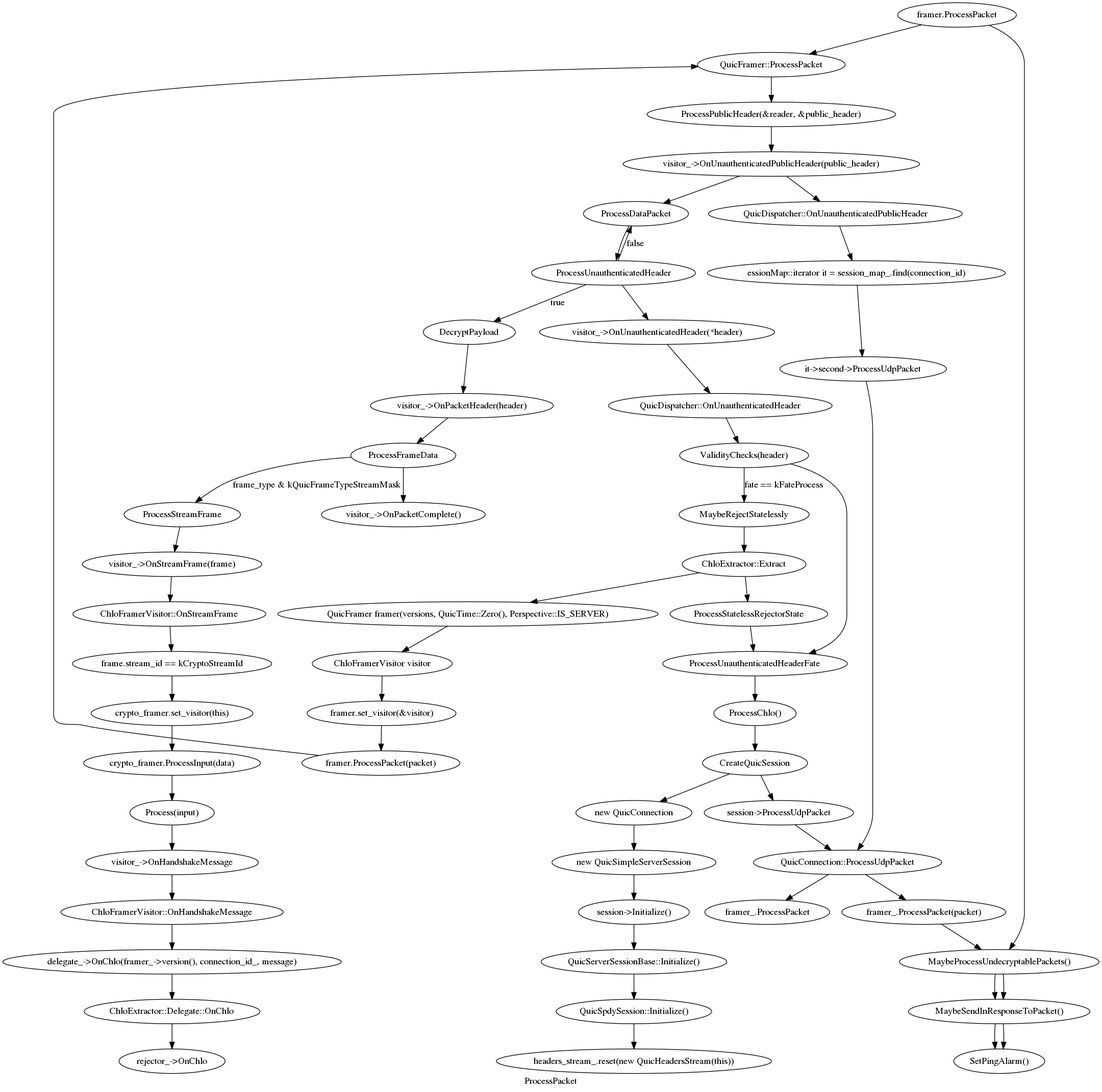
The Graphviz diagram reject.png in luocn99/quic_test, before a commit. Its source is kept beside it as reject.dot. Source of this version:
```dot
digraph handshake {
	label="ProcessPacket";
	"QuicFramer::ProcessPacket"->"ProcessPublicHeader(&reader, &public_header)";
	"ProcessPublicHeader(&reader, &public_header)"->"visitor_->OnUnauthenticatedPublicHeader(public_header)";
	"visitor_->OnUnauthenticatedPublicHeader(public_header)" -> "QuicDispatcher::OnUnauthenticatedPublicHeader";
	"visitor_->OnUnauthenticatedPublicHeader(public_header)"->"ProcessDataPacket";
/*QuicFramer::ProcessDataPacket
ProcessUnauthenticatedHeader
visitor_->OnUnauthenticatedHeader
QuicDispatcher::OnUnauthenticatedHeader
MaybeRejectStatelessly(connection_id, header)
ChloExtractor::Extract
ProcessStatelessRejectorState
*/
subgraph ProcessDataPacket {
	label = "ProcessDataPacket";
	"ProcessDataPacket"->"ProcessUnauthenticatedHeader";
	"ProcessUnauthenticatedHeader" ->"DecryptPayload"[label="true"];
	"ProcessUnauthenticatedHeader" ->"ProcessDataPacket"[label="false"];
	"DecryptPayload"->"visitor_->OnPacketHeader(header)";
	"visitor_->OnPacketHeader(header)"->"ProcessFrameData";
	"ProcessFrameData"->"visitor_->OnPacketComplete()";
}
subgraph ProcessFrameData {
	label="ProcessFrameData";
	"ProcessFrameData"->"ProcessStreamFrame"[label="frame_type & kQuicFrameTypeStreamMask"];
	"ProcessStreamFrame"->"visitor_->OnStreamFrame(frame)";
	"visitor_->OnStreamFrame(frame)"->"ChloFramerVisitor::OnStreamFrame";
}
subgraph ChloFramerVisitorOnStreamFrame {
	label="ChloFramerVisitor::OnStreamFrame";
	"ChloFramerVisitor::OnStreamFrame"->"frame.stream_id == kCryptoStreamId";
	"frame.stream_id == kCryptoStreamId"->"crypto_framer.set_visitor(this)"
	"crypto_framer.set_visitor(this)"->"crypto_framer.ProcessInput(data)";
}

subgraph crypto_framerProcessInput{
	label="crypto_framer.ProcessInput(data)";
	"crypto_framer.ProcessInput(data)"->"Process(input)";
	"Process(input)"->"visitor_->OnHandshakeMessage";
	"visitor_->OnHandshakeMessage"->"ChloFramerVisitor::OnHandshakeMessage";
}
subgraph ChloFramerVisitorOnHandshakeMessage {
	label = "ChloFramerVisitor::OnHandshakeMessage";
	"ChloFramerVisitor::OnHandshakeMessage"->"delegate_->OnChlo(framer_->version(), connection_id_, message)";
	"delegate_->OnChlo(framer_->version(), connection_id_, message)"->"ChloExtractor::Delegate::OnChlo";
}
subgraph ChloExtractorDelegateOnChlo {
	label = "ChloExtractor::Delegate::OnChlo";
	"ChloExtractor::Delegate::OnChlo"->"rejector_->OnChlo";
}
subgraph OnUnauthenticatedPublicHeader {
	label="OnUnauthenticatedPublicHeader";
	"QuicDispatcher::OnUnauthenticatedPublicHeader"->"essionMap::iterator it = session_map_.find(connection_id)";
	"essionMap::iterator it = session_map_.find(connection_id)"->"it->second->ProcessUdpPacket";
	"it->second->ProcessUdpPacket"->"QuicConnection::ProcessUdpPacket";
	"QuicConnection::ProcessUdpPacket"->"framer_.ProcessPacket(packet)";
	"framer_.ProcessPacket(packet)"->"MaybeProcessUndecryptablePackets()";
	"MaybeProcessUndecryptablePackets()"->"MaybeSendInResponseToPacket()";
	"MaybeSendInResponseToPacket()"->"SetPingAlarm()";
}

subgraph ProcessUnauthenticatedHeader {
	label="ProcessUnauthenticatedHeader";
	"ProcessUnauthenticatedHeader"->"visitor_->OnUnauthenticatedHeader(*header)";
	"visitor_->OnUnauthenticatedHeader(*header)"->"QuicDispatcher::OnUnauthenticatedHeader";
}
subgraph DispatcherOnUnauthenticatedHeader{
	label="QuicDispatcher::OnUnauthenticatedHeader";
	"QuicDispatcher::OnUnauthenticatedHeader"->"ValidityChecks(header)";
	"ValidityChecks(header)"->"MaybeRejectStatelessly"[label="fate == kFateProcess"];
	"ValidityChecks(header)"->"ProcessUnauthenticatedHeaderFate";
}
subgraph MaybeRejectStatelessly {
	label="MaybeRejectStatelessly";
	"MaybeRejectStatelessly"->"ChloExtractor::Extract";
	"ChloExtractor::Extract"->"ProcessStatelessRejectorState";
}

subgraph ProcessStatelessRejectorState {
	label = "ProcessStatelessRejectorState";
	"ProcessStatelessRejectorState"->"ProcessUnauthenticatedHeaderFate";

}

subgraph ProcessUnauthenticatedHeaderFate {
	label = "ProcessUnauthenticatedHeaderFate";
	"ProcessUnauthenticatedHeaderFate"->"ProcessChlo()";
}

subgraph ProcessChlo {
	label = "ProcessChlo";
	"ProcessChlo()"->"CreateQuicSession";
	"CreateQuicSession"->"session->ProcessUdpPacket";
}
subgraph sessionProcessUdpPacket {
	label = "session->ProcessUdpPacket";
	"session->ProcessUdpPacket"->"QuicConnection::ProcessUdpPacket";
	"QuicConnection::ProcessUdpPacket"->"framer_.ProcessPacket";
	"framer.ProcessPacket"->"QuicFramer::ProcessPacket";
	"framer.ProcessPacket"->"MaybeProcessUndecryptablePackets()";
	"MaybeProcessUndecryptablePackets()"->"MaybeSendInResponseToPacket()";
	"MaybeSendInResponseToPacket()"->"SetPingAlarm()";
}
subgraph CreateQuicSession {
	label = "CreateQuicSession";
	"CreateQuicSession"->"new QuicConnection";
	"new QuicConnection"->"new QuicSimpleServerSession";
	"new QuicSimpleServerSession"->"session->Initialize()";
	"session->Initialize()"->"QuicServerSessionBase::Initialize()";
}

subgraph sessionInitialize {
	label = "session->Initialize()";
	"QuicServerSessionBase::Initialize()"->"QuicSpdySession::Initialize()";
}

subgraph "QuicSpdySessionInitialize" {
	label = "QuicSpdySession::Initialize";
	"QuicSpdySession::Initialize()"->"headers_stream_.reset(new QuicHeadersStream(this))";
}


subgraph ChloExtractorExtract {
	"ChloExtractor::Extract"->"QuicFramer framer(versions, QuicTime::Zero(), Perspective::IS_SERVER)";
	"QuicFramer framer(versions, QuicTime::Zero(), Perspective::IS_SERVER)"->"ChloFramerVisitor visitor";
	"ChloFramerVisitor visitor"->"framer.set_visitor(&visitor)";
	"framer.set_visitor(&visitor)"->"framer.ProcessPacket(packet)";
	"framer.ProcessPacket(packet)"->"QuicFramer::ProcessPacket";
}
}
```
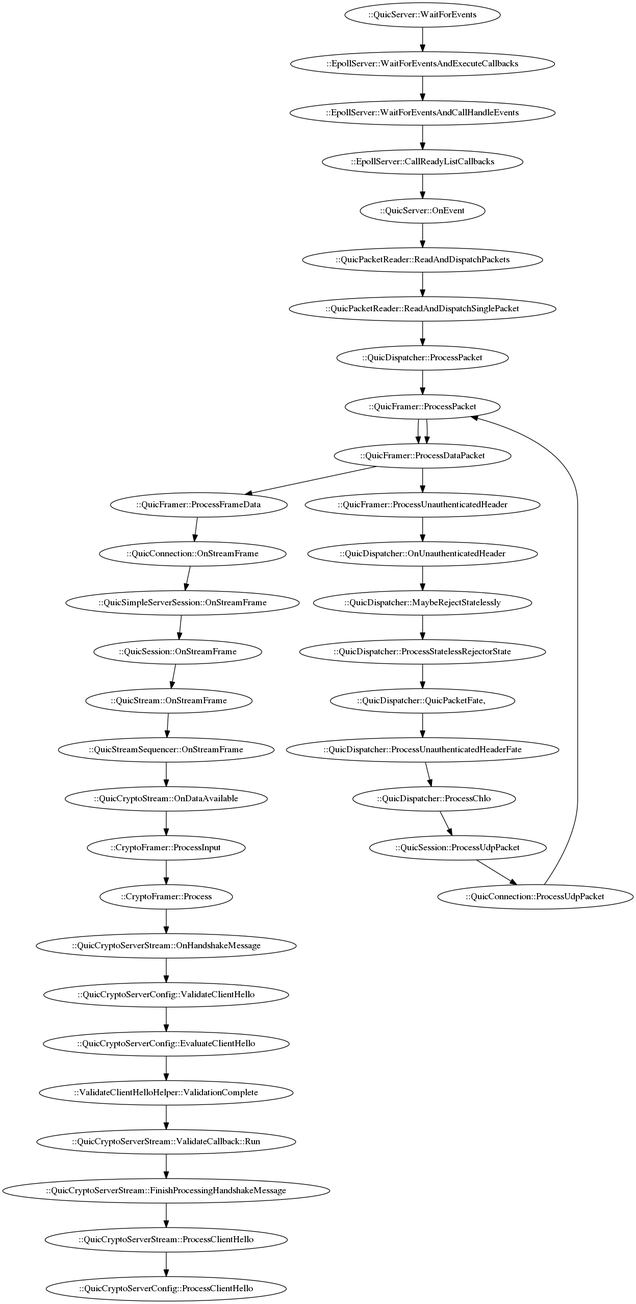
Above is the later version.

What changed in the source:
```diff
@@ -1,25 +1,21 @@
 digraph handshake {
 	label="ProcessPacket";
-	"QuicFramer::ProcessPacket"->"ProcessPublicHeader(&reader, &public_header)";
-	"ProcessPublicHeader(&reader, &public_header)"->"visitor_->OnUnauthenticatedPublicHeader(public_header)";
-	"visitor_->OnUnauthenticatedPublicHeader(public_header)" -> "QuicDispatcher::OnUnauthenticatedPublicHeader";
-	"visitor_->OnUnauthenticatedPublicHeader(public_header)"->"ProcessDataPacket";
-/*QuicFramer::ProcessDataPacket
-ProcessUnauthenticatedHeader
-visitor_->OnUnauthenticatedHeader
-QuicDispatcher::OnUnauthenticatedHeader
-MaybeRejectStatelessly(connection_id, header)
-ChloExtractor::Extract
-ProcessStatelessRejectorState
-*/
+	"QuicFramer::ProcessPacket"->"visitor_->OnPacket()";
+	"visitor_->OnPacket()"->"ProcessPublicHeader";
+	"ProcessPublicHeader"->"visitor_->OnUnauthenticatedPublicHeader";
+	"visitor_->OnUnauthenticatedPublicHeader" -> "QuicDispatcher::OnUnauthenticatedPublicHeader"[label="visitor_=QuicDispatcher", style=dashed];
+	"visitor_->OnUnauthenticatedPublicHeader"->"ProcessDataPacket";
+	"ProcessDataPacket"->"QuicFramer::ProcessPacket"[label=rv];
 subgraph ProcessDataPacket {
 	label = "ProcessDataPacket";
-	"ProcessDataPacket"->"ProcessUnauthenticatedHeader";
+	"ProcessDataPacket"->"ProcessUnauthenticatedHeader"[style=dashed];
 	"ProcessUnauthenticatedHeader" ->"DecryptPayload"[label="true"];
-	"ProcessUnauthenticatedHeader" ->"ProcessDataPacket"[label="false"];
-	"DecryptPayload"->"visitor_->OnPacketHeader(header)";
-	"visitor_->OnPacketHeader(header)"->"ProcessFrameData";
+	"ProcessUnauthenticatedHeader" ->"ProcessDataPacket"[label="false", style=dashed];
+	"ProcessUnauthenticatedHeader"->"visitor_->OnUnauthenticatedHeader"[style=dashed];
+	"DecryptPayload"->"visitor_->OnPacketHeader";
+	"visitor_->OnPacketHeader"->"ProcessFrameData";
 	"ProcessFrameData"->"visitor_->OnPacketComplete()";
+	"visitor_->OnPacketComplete()->ProcessDataPacket"[label=true];
 }
 subgraph ProcessFrameData {
 	label="ProcessFrameData";
@@ -36,7 +32,7 @@
 
 subgraph crypto_framerProcessInput{
 	label="crypto_framer.ProcessInput(data)";
-	"crypto_framer.ProcessInput(data)"->"Process(input)";
+	"crypto_framer.ProcessInput(data)"->"Process(input)"[style=dashed];
 	"Process(input)"->"visitor_->OnHandshakeMessage";
 	"visitor_->OnHandshakeMessage"->"ChloFramerVisitor::OnHandshakeMessage";
 }
@@ -51,8 +47,8 @@
 }
 subgraph OnUnauthenticatedPublicHeader {
 	label="OnUnauthenticatedPublicHeader";
-	"QuicDispatcher::OnUnauthenticatedPublicHeader"->"essionMap::iterator it = session_map_.find(connection_id)";
-	"essionMap::iterator it = session_map_.find(connection_id)"->"it->second->ProcessUdpPacket";
+	"QuicDispatcher::OnUnauthenticatedPublicHeader"->"session_map_.find(connection_id)";
+	"session_map_.find(connection_id)"->"it->second->ProcessUdpPacket"[label="it->second"];
 	"it->second->ProcessUdpPacket"->"QuicConnection::ProcessUdpPacket";
 	"QuicConnection::ProcessUdpPacket"->"framer_.ProcessPacket(packet)";
 	"framer_.ProcessPacket(packet)"->"MaybeProcessUndecryptablePackets()";
@@ -62,8 +58,7 @@
 
 subgraph ProcessUnauthenticatedHeader {
 	label="ProcessUnauthenticatedHeader";
-	"ProcessUnauthenticatedHeader"->"visitor_->OnUnauthenticatedHeader(*header)";
-	"visitor_->OnUnauthenticatedHeader(*header)"->"QuicDispatcher::OnUnauthenticatedHeader";
+	"visitor_->OnUnauthenticatedHeader"->"QuicDispatcher::OnUnauthenticatedHeader"[label="visitor_=QuicDispatcher"];
 }
 subgraph DispatcherOnUnauthenticatedHeader{
 	label="QuicDispatcher::OnUnauthenticatedHeader";
@@ -80,34 +75,39 @@
 subgraph ProcessStatelessRejectorState {
 	label = "ProcessStatelessRejectorState";
 	"ProcessStatelessRejectorState"->"ProcessUnauthenticatedHeaderFate";
-
 }
 
 subgraph ProcessUnauthenticatedHeaderFate {
 	label = "ProcessUnauthenticatedHeaderFate";
-	"ProcessUnauthenticatedHeaderFate"->"ProcessChlo()";
+	"ProcessUnauthenticatedHeaderFate"->"ProcessChlo()"[style=dashed];
 }
 
 subgraph ProcessChlo {
 	label = "ProcessChlo";
 	"ProcessChlo()"->"CreateQuicSession";
-	"CreateQuicSession"->"session->ProcessUdpPacket";
+	"CreateQuicSession"->"session_map_.insert";
+	"session_map_.insert"->"session->ProcessUdpPacket";
+	"session->ProcessUdpPacket"->"QuicConnection::ProcessUdpPacket"[style=dashed];
+	"session->ProcessUdpPacket"->"DeliverPacketsToSession";
+	"DeliverPacketsToSession"[shape=record,style=dashed];
 }
-subgraph sessionProcessUdpPacket {
-	label = "session->ProcessUdpPacket";
-	"session->ProcessUdpPacket"->"QuicConnection::ProcessUdpPacket";
+
+subgraph QuicConnectionProcessUdpPacket {
+	label = "QuicConnectionProcessUdpPacket";
 	"QuicConnection::ProcessUdpPacket"->"framer_.ProcessPacket";
 	"framer.ProcessPacket"->"QuicFramer::ProcessPacket";
 	"framer.ProcessPacket"->"MaybeProcessUndecryptablePackets()";
 	"MaybeProcessUndecryptablePackets()"->"MaybeSendInResponseToPacket()";
 	"MaybeSendInResponseToPacket()"->"SetPingAlarm()";
+	"SetPingAlarm()"[shape=record, style=dashed];
 }
+
 subgraph CreateQuicSession {
 	label = "CreateQuicSession";
-	"CreateQuicSession"->"new QuicConnection";
+	"CreateQuicSession"->"new QuicConnection"[style=dashed];
 	"new QuicConnection"->"new QuicSimpleServerSession";
 	"new QuicSimpleServerSession"->"session->Initialize()";
-	"session->Initialize()"->"QuicServerSessionBase::Initialize()";
+	"session->Initialize()"->"QuicServerSessionBase::Initialize()"[style=dashed];
 }
 
 subgraph sessionInitialize {
@@ -120,7 +120,6 @@
 	"QuicSpdySession::Initialize()"->"headers_stream_.reset(new QuicHeadersStream(this))";
 }
 
-
 subgraph ChloExtractorExtract {
 	"ChloExtractor::Extract"->"QuicFramer framer(versions, QuicTime::Zero(), Perspective::IS_SERVER)";
 	"QuicFramer framer(versions, QuicTime::Zero(), Perspective::IS_SERVER)"->"ChloFramerVisitor visitor";
```
